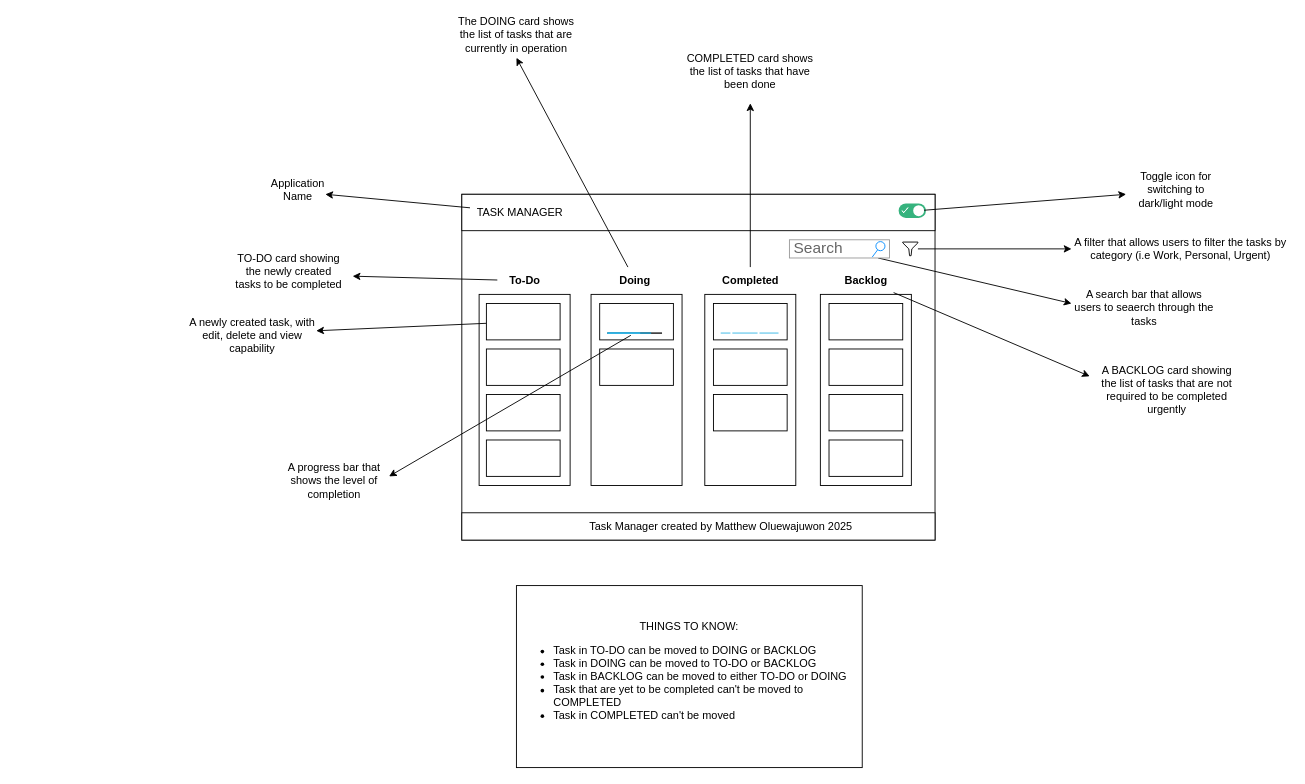
This is architecture-flow.drawio from Matthew-Oluwajuwon/task-manager, a draw.io file, before an edit. Source tidied: cells renumbered, new cells numbered last; positions are measured from the earlier drawing's top-left corner, leaving out a move shared by most shapes. Both pictures are drawn from the tidied source at 91%, with x=0, y=0 at pixel (179, 21).
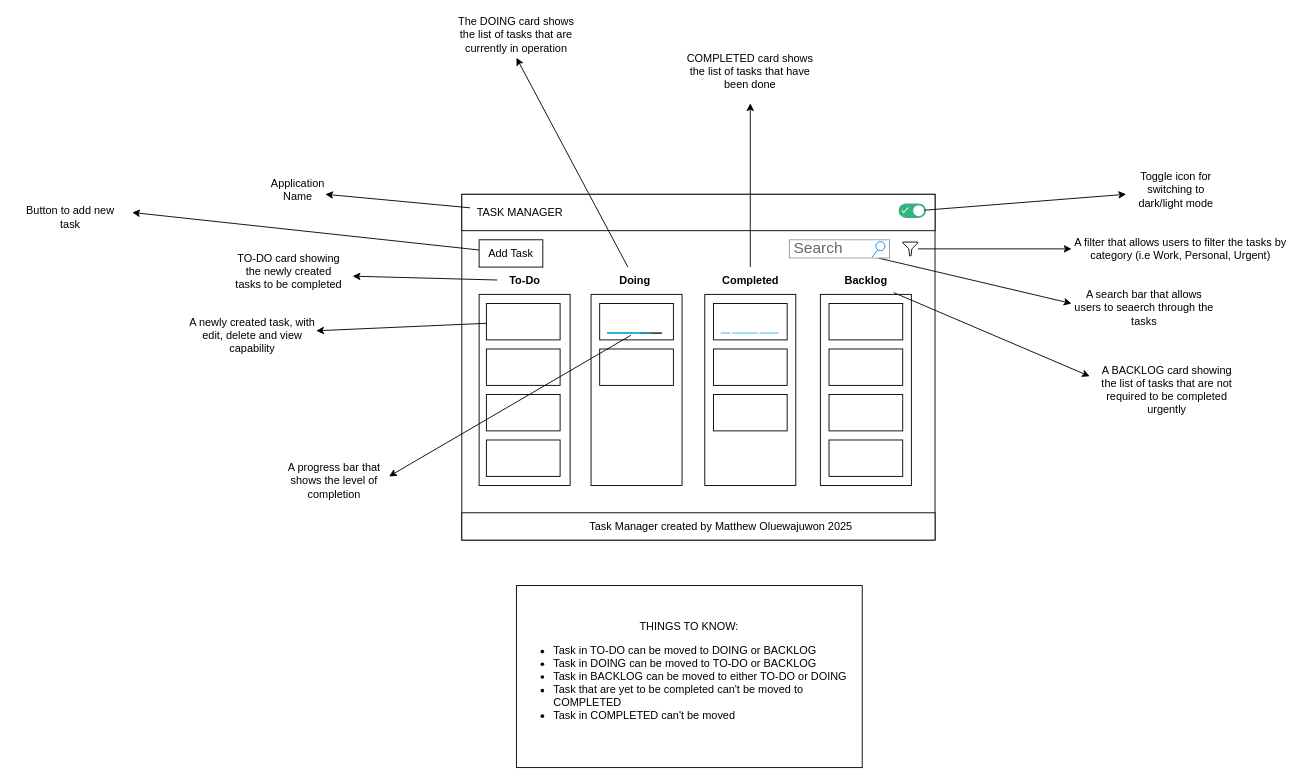
The same diagram, later.

Diff of the diagram source:
```diff
@@
+    <mxCell id="56" style="edgeStyle=none;html=1;" parent="1" edge="1" source="57">
+      <mxGeometry relative="1" as="geometry">
+        <mxPoint x="-52.2" y="210" as="targetPoint" />
+      </mxGeometry>
+    </mxCell>
+    <mxCell id="57" value="Add Task" style="whiteSpace=wrap;html=1;" parent="1" vertex="1">
+      <mxGeometry x="329" y="240" width="70" height="30" as="geometry" />
+    </mxCell>
+    <mxCell id="58" value="Button to add new task" style="text;strokeColor=none;align=center;fillColor=none;html=1;verticalAlign=middle;whiteSpace=wrap;rounded=0;" parent="1" vertex="1">
+      <mxGeometry x="-180" y="200" width="120" height="30" as="geometry" />
+    </mxCell>
```
